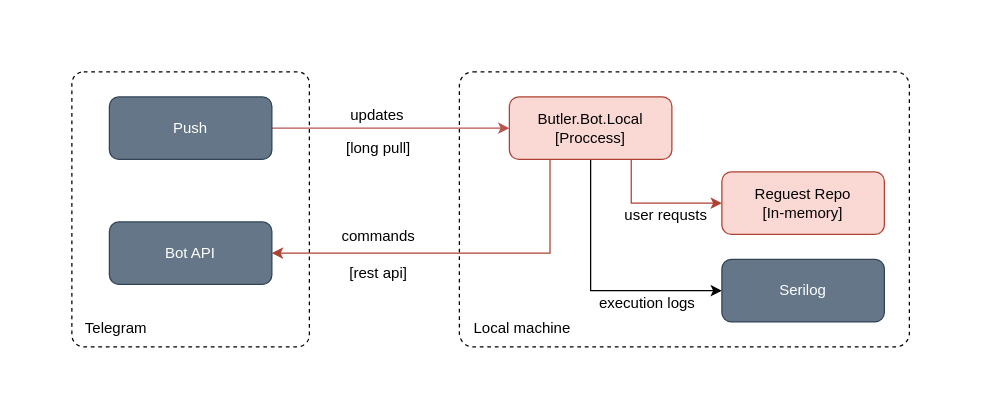
The draw.io diagram page "Local" (2 of 3) of Docs/Images/Butler.Bot.drawio in eseuruk/Butler.Bot, before the edit. Source tidied: cells renumbered, new cells numbered last; positions are measured from the earlier drawing's top-left corner, leaving out a move shared by most shapes. Both pictures are drawn from the tidied source at 125%, with x=0, y=0 at pixel (71, 71).
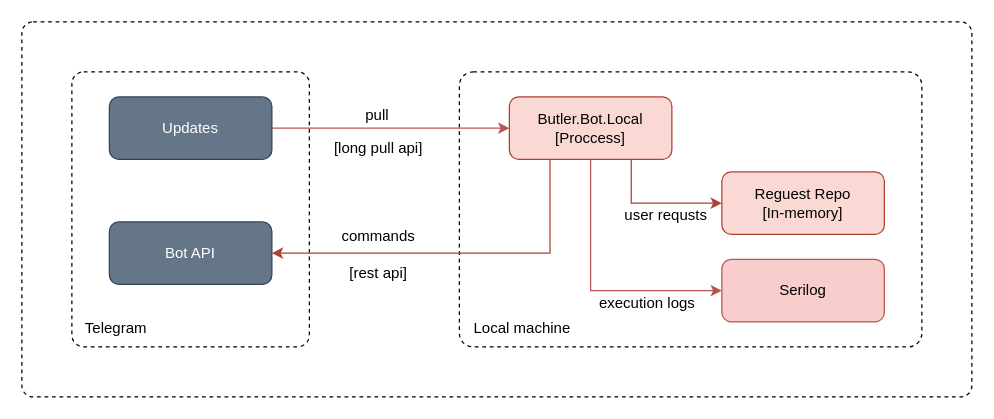
The same diagram, later.

The change refers to these unchanged cells:
```xml
<mxCell id="7" value="Butler.Bot.Local&lt;br&gt;[Proccess]" style="rounded=1;whiteSpace=wrap;html=1;fillColor=#fad9d5;strokeColor=#ae4132;" parent="1" vertex="1">
  <mxGeometry x="350" y="20" width="130" height="50" as="geometry" />
</mxCell>
```

Diff of the diagram source:
```diff
@@
+    <mxCell id="21" style="rounded=1;whiteSpace=wrap;html=1;fillColor=default;arcSize=3;dashed=1;" parent="1" vertex="1">
+      <mxGeometry x="-40" y="-40" width="760" height="300" as="geometry" />
+    </mxCell>
-    <mxCell id="2" style="rounded=1;whiteSpace=wrap;html=1;arcSize=5;dashed=1;fillColor=none;" parent="1" vertex="1">
-      <mxGeometry x="310" width="360" height="220" as="geometry" />
+    <mxCell id="2" style="rounded=1;whiteSpace=wrap;html=1;arcSize=5;dashed=1;fillColor=default;" parent="1" vertex="1">
+      <mxGeometry x="310" width="370" height="220" as="geometry" />
     </mxCell>
-    <mxCell id="3" style="rounded=1;whiteSpace=wrap;html=1;arcSize=5;dashed=1;fillColor=none;" parent="1" vertex="1">
+    <mxCell id="3" style="rounded=1;whiteSpace=wrap;html=1;arcSize=5;dashed=1;fillColor=default;" parent="1" vertex="1">
       <mxGeometry width="190" height="220" as="geometry" />
     </mxCell>
@@
-    <mxCell id="6" style="edgeStyle=orthogonalEdgeStyle;rounded=0;jettySize=auto;html=1;entryX=0;entryY=0.5;entryDx=0;entryDy=0;exitX=0.5;exitY=1;exitDx=0;exitDy=0;" parent="1" edge="1" source="7" target="18">
+    <mxCell id="6" style="edgeStyle=orthogonalEdgeStyle;rounded=0;jettySize=auto;html=1;entryX=0;entryY=0.5;entryDx=0;entryDy=0;exitX=0.5;exitY=1;exitDx=0;exitDy=0;fillColor=#f8cecc;strokeColor=#b85450;" parent="1" edge="1" source="7" target="18">
       <mxGeometry relative="1" as="geometry" />
     </mxCell>
@@
-    <mxCell id="10" value="Push" style="rounded=1;whiteSpace=wrap;html=1;fillColor=#647687;fontColor=#ffffff;strokeColor=#314354;" parent="1" vertex="1">
+    <mxCell id="10" value="Updates" style="rounded=1;whiteSpace=wrap;html=1;fillColor=#647687;fontColor=#ffffff;strokeColor=#314354;" parent="1" vertex="1">
       <mxGeometry x="30" y="20" width="130" height="50" as="geometry" />
     </mxCell>
-    <mxCell id="11" value="updates" style="text;html=1;align=center;verticalAlign=middle;strokeColor=none;fillColor=none;" parent="1" vertex="1">
-      <mxGeometry x="209" y="20" width="70" height="30" as="geometry" />
+    <mxCell id="11" value="pull" style="text;html=1;align=center;verticalAlign=middle;strokeColor=none;fillColor=none;" parent="1" vertex="1">
+      <mxGeometry x="224" y="20" width="40" height="30" as="geometry" />
     </mxCell>
-    <mxCell id="12" value="[long pull]" style="text;html=1;align=center;verticalAlign=middle;strokeColor=none;fillColor=none;" parent="1" vertex="1">
-      <mxGeometry x="210" y="46" width="70" height="30" as="geometry" />
+    <mxCell id="12" value="[long pull api]" style="text;html=1;align=center;verticalAlign=middle;strokeColor=none;fillColor=none;" parent="1" vertex="1">
+      <mxGeometry x="200" y="46" width="90" height="30" as="geometry" />
     </mxCell>
@@
-    <mxCell id="18" value="Serilog" style="rounded=1;whiteSpace=wrap;html=1;fillColor=#647687;fontColor=#ffffff;strokeColor=#314354;" parent="1" vertex="1">
+    <mxCell id="18" value="Serilog" style="rounded=1;whiteSpace=wrap;html=1;fillColor=#f8cecc;strokeColor=#b85450;" parent="1" vertex="1">
       <mxGeometry x="520" y="150" width="130" height="50" as="geometry" />
     </mxCell>
```
